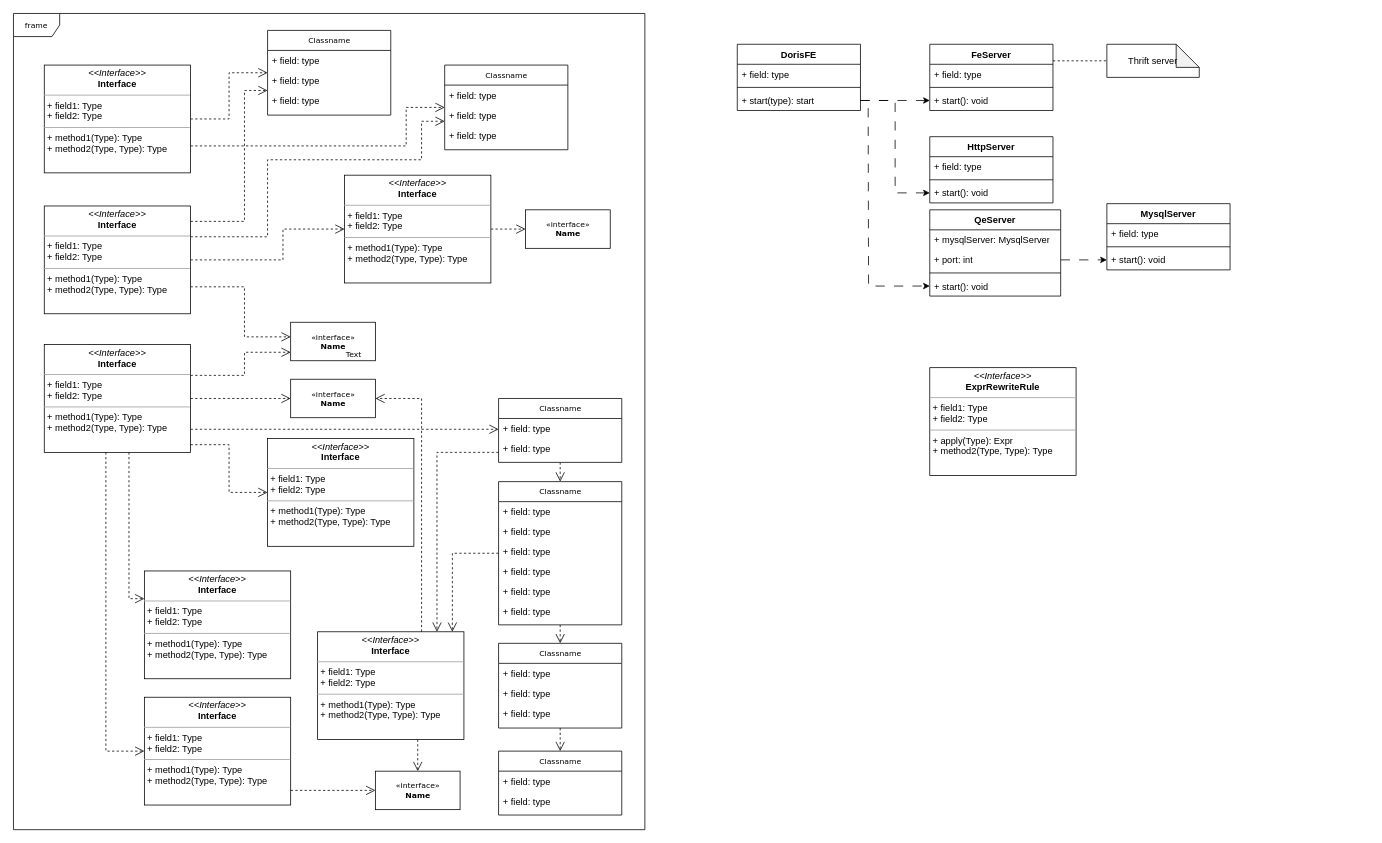
The draw.io diagram doris类图.drawio in Baymine/Huawei_algorithmnTest, before the edit. Source tidied: cells renumbered, new cells numbered last; positions are measured from the earlier drawing's top-left corner, leaving out a move shared by most shapes. Both pictures are drawn from the tidied source at 77%, with x=0, y=0 at pixel (13, 13).
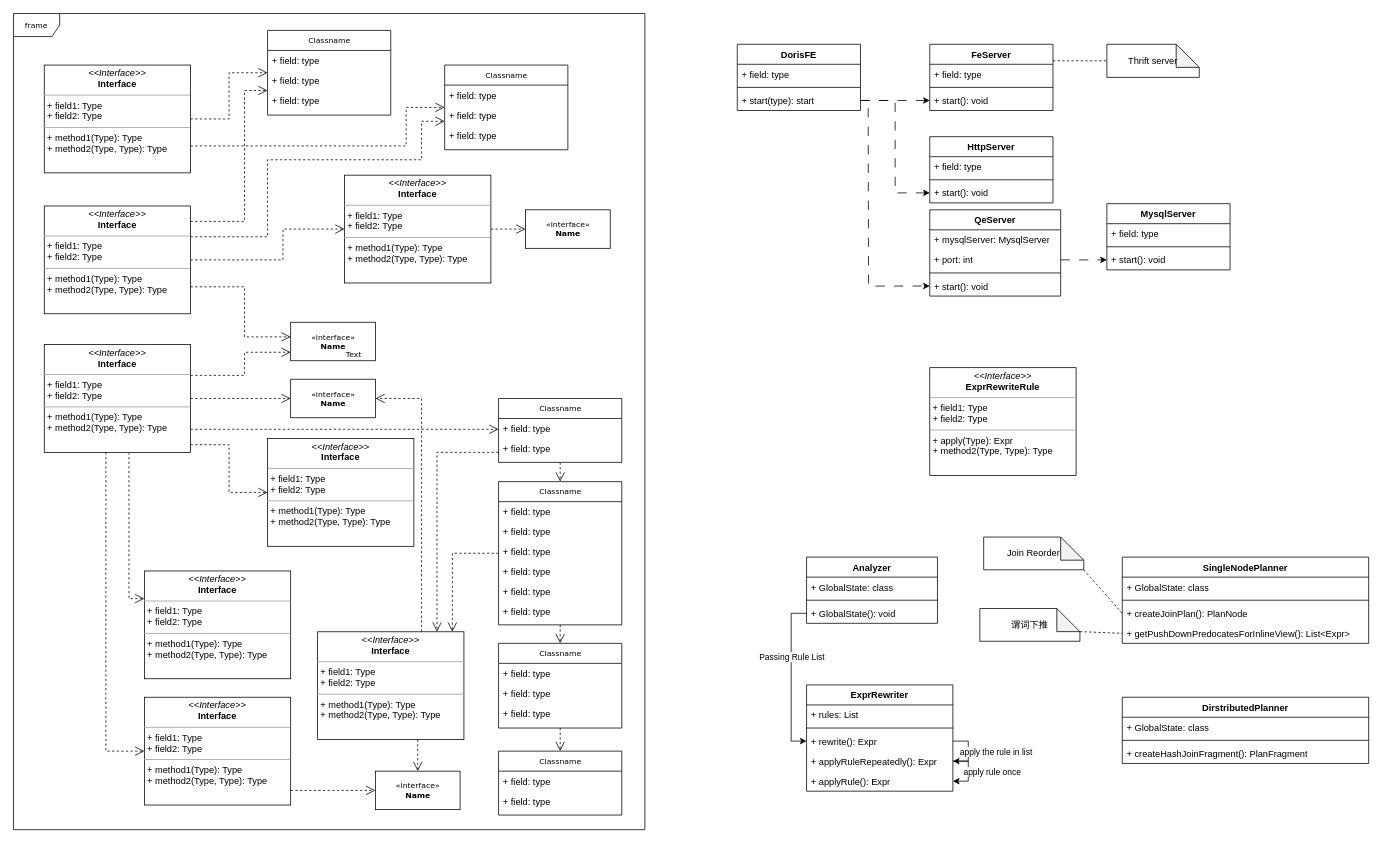
Above is the later version.

Diff of the diagram source:
```diff
@@
+    <mxCell id="90" value="Analyzer" style="swimlane;fontStyle=1;align=center;verticalAlign=top;horizontal=1;startSize=26;whiteSpace=wrap;html=1;" parent="1" vertex="1">
+      <mxGeometry x="1030" y="706" width="170" height="86" as="geometry" />
+    </mxCell>
+    <mxCell id="91" value="+ GlobalState: class" style="text;strokeColor=none;fillColor=none;align=left;verticalAlign=top;spacingLeft=4;spacingRight=4;overflow=hidden;whiteSpace=wrap;html=1;" parent="90" vertex="1">
+      <mxGeometry y="26" width="170" height="26" as="geometry" />
+    </mxCell>
+    <mxCell id="92" style="line;strokeWidth=1;fillColor=none;align=left;verticalAlign=middle;spacingTop=-1;spacingLeft=3;spacingRight=3;labelPosition=right;strokeColor=inherit;" parent="90" vertex="1">
+      <mxGeometry y="52" width="170" height="8" as="geometry" />
+    </mxCell>
+    <mxCell id="93" value="+ GlobalState(): void" style="text;strokeColor=none;fillColor=none;align=left;verticalAlign=top;spacingLeft=4;spacingRight=4;overflow=hidden;points=[[0,0.5],[1,0.5]];portConstraint=eastwest;whiteSpace=wrap;html=1;" parent="90" vertex="1">
+      <mxGeometry y="60" width="170" height="26" as="geometry" />
+    </mxCell>
+    <mxCell id="94" value="ExprRewriter" style="swimlane;fontStyle=1;align=center;verticalAlign=top;horizontal=1;startSize=26;whiteSpace=wrap;html=1;" parent="1" vertex="1">
+      <mxGeometry x="1030" y="872" width="190" height="138" as="geometry" />
+    </mxCell>
+    <mxCell id="95" value="+ rules: List" style="text;strokeColor=none;fillColor=none;align=left;verticalAlign=top;spacingLeft=4;spacingRight=4;overflow=hidden;whiteSpace=wrap;html=1;" parent="94" vertex="1">
+      <mxGeometry y="26" width="190" height="26" as="geometry" />
+    </mxCell>
+    <mxCell id="96" style="line;strokeWidth=1;fillColor=none;align=left;verticalAlign=middle;spacingTop=-1;spacingLeft=3;spacingRight=3;labelPosition=right;strokeColor=inherit;" parent="94" vertex="1">
+      <mxGeometry y="52" width="190" height="8" as="geometry" />
+    </mxCell>
+    <mxCell id="97" style="edgeStyle=orthogonalEdgeStyle;rounded=0;jettySize=auto;html=1;exitX=1;exitY=0.5;exitDx=0;exitDy=0;" parent="94" edge="1" source="99" target="102">
+      <mxGeometry relative="1" as="geometry" />
+    </mxCell>
+    <mxCell id="98" value="apply the rule in list" style="edgeLabel;html=1;align=center;verticalAlign=middle;" parent="97" vertex="1">
+      <mxGeometry x="-0.06" y="1" relative="1" as="geometry">
+        <mxPoint x="34" y="2" as="offset" />
+      </mxGeometry>
+    </mxCell>
+    <mxCell id="99" value="+ rewrite(): Expr" style="text;strokeColor=none;fillColor=none;align=left;verticalAlign=top;spacingLeft=4;spacingRight=4;overflow=hidden;points=[[0,0.5],[1,0.5]];portConstraint=eastwest;whiteSpace=wrap;html=1;" parent="94" vertex="1">
+      <mxGeometry y="60" width="190" height="26" as="geometry" />
+    </mxCell>
+    <mxCell id="100" style="edgeStyle=orthogonalEdgeStyle;rounded=0;jettySize=auto;html=1;exitX=1;exitY=0.5;exitDx=0;exitDy=0;entryX=1;entryY=0.5;entryDx=0;entryDy=0;" parent="94" edge="1" source="102" target="103">
+      <mxGeometry relative="1" as="geometry">
+        <Array as="points">
+          <mxPoint x="210" y="99" />
+          <mxPoint x="210" y="125" />
+        </Array>
+      </mxGeometry>
+    </mxCell>
+    <mxCell id="101" value="apply rule once" style="edgeLabel;html=1;align=center;verticalAlign=middle;" parent="100" vertex="1">
+      <mxGeometry x="0.05" y="1" relative="1" as="geometry">
+        <mxPoint x="29" y="-2" as="offset" />
+      </mxGeometry>
+    </mxCell>
+    <mxCell id="102" value="+ applyRuleRepeatedly(): Expr" style="text;strokeColor=none;fillColor=none;align=left;verticalAlign=top;spacingLeft=4;spacingRight=4;overflow=hidden;points=[[0,0.5],[1,0.5]];portConstraint=eastwest;whiteSpace=wrap;html=1;" parent="94" vertex="1">
+      <mxGeometry y="86" width="190" height="26" as="geometry" />
+    </mxCell>
+    <mxCell id="103" value="+ applyRule(): Expr" style="text;strokeColor=none;fillColor=none;align=left;verticalAlign=top;spacingLeft=4;spacingRight=4;overflow=hidden;points=[[0,0.5],[1,0.5]];portConstraint=eastwest;whiteSpace=wrap;html=1;" parent="94" vertex="1">
+      <mxGeometry y="112" width="190" height="26" as="geometry" />
+    </mxCell>
+    <mxCell id="104" style="edgeStyle=orthogonalEdgeStyle;rounded=0;jettySize=auto;html=1;exitX=0;exitY=0.5;exitDx=0;exitDy=0;entryX=0;entryY=0.5;entryDx=0;entryDy=0;" parent="1" edge="1" source="93" target="99">
+      <mxGeometry relative="1" as="geometry" />
+    </mxCell>
+    <mxCell id="105" value="Passing Rule List" style="edgeLabel;html=1;align=center;verticalAlign=middle;" parent="104" vertex="1">
+      <mxGeometry x="-0.26" relative="1" as="geometry" />
+    </mxCell>
+    <mxCell id="106" value="SingleNodePlanner" style="swimlane;fontStyle=1;align=center;verticalAlign=top;horizontal=1;startSize=26;whiteSpace=wrap;html=1;" parent="1" vertex="1">
+      <mxGeometry x="1440" y="706" width="320" height="112" as="geometry" />
+    </mxCell>
+    <mxCell id="107" value="+ GlobalState: class" style="text;strokeColor=none;fillColor=none;align=left;verticalAlign=top;spacingLeft=4;spacingRight=4;overflow=hidden;whiteSpace=wrap;html=1;" parent="106" vertex="1">
+      <mxGeometry y="26" width="320" height="26" as="geometry" />
+    </mxCell>
+    <mxCell id="108" style="line;strokeWidth=1;fillColor=none;align=left;verticalAlign=middle;spacingTop=-1;spacingLeft=3;spacingRight=3;labelPosition=right;strokeColor=inherit;" parent="106" vertex="1">
+      <mxGeometry y="52" width="320" height="8" as="geometry" />
+    </mxCell>
+    <mxCell id="109" value="+ createJoinPlan(): PlanNode" style="text;strokeColor=none;fillColor=none;align=left;verticalAlign=top;spacingLeft=4;spacingRight=4;overflow=hidden;points=[[0,0.5],[1,0.5]];portConstraint=eastwest;whiteSpace=wrap;html=1;" parent="106" vertex="1">
+      <mxGeometry y="60" width="320" height="26" as="geometry" />
+    </mxCell>
+    <mxCell id="110" value="+ getPushDownPredocatesForInlineView(): List&amp;lt;Expr&amp;gt;" style="text;strokeColor=none;fillColor=none;align=left;verticalAlign=top;spacingLeft=4;spacingRight=4;overflow=hidden;points=[[0,0.5],[1,0.5]];portConstraint=eastwest;whiteSpace=wrap;html=1;" parent="106" vertex="1">
+      <mxGeometry y="86" width="320" height="26" as="geometry" />
+    </mxCell>
+    <mxCell id="111" value="Join Reorder" style="shape=note;whiteSpace=wrap;html=1;backgroundOutline=1;darkOpacity=0.05;" parent="1" vertex="1">
+      <mxGeometry x="1260" y="680" width="130" height="42.5" as="geometry" />
+    </mxCell>
+    <mxCell id="112" style="rounded=0;jettySize=auto;html=1;exitX=1;exitY=1;exitDx=0;exitDy=0;entryX=0;entryY=0.5;entryDx=0;entryDy=0;dashed=1;strokeColor=default;endArrow=none;endFill=0;exitPerimeter=0;" parent="1" edge="1" source="111" target="109">
+      <mxGeometry relative="1" as="geometry" />
+    </mxCell>
+    <mxCell id="113" value="谓词下推" style="shape=note;whiteSpace=wrap;html=1;backgroundOutline=1;darkOpacity=0.05;" parent="1" vertex="1">
+      <mxGeometry x="1255" y="772.8" width="130" height="42.5" as="geometry" />
+    </mxCell>
+    <mxCell id="114" style="rounded=0;jettySize=auto;html=1;exitX=0;exitY=0;exitDx=130;exitDy=30;entryX=0;entryY=0.5;entryDx=0;entryDy=0;dashed=1;strokeColor=default;endArrow=none;endFill=0;exitPerimeter=0;" parent="1" edge="1" source="113" target="110">
+      <mxGeometry relative="1" as="geometry" />
+    </mxCell>
+    <mxCell id="115" value="DirstributedPlanner" style="swimlane;fontStyle=1;align=center;verticalAlign=top;horizontal=1;startSize=26;whiteSpace=wrap;html=1;" parent="1" vertex="1">
+      <mxGeometry x="1440" y="888" width="320" height="86" as="geometry" />
+    </mxCell>
+    <mxCell id="116" value="+ GlobalState: class" style="text;strokeColor=none;fillColor=none;align=left;verticalAlign=top;spacingLeft=4;spacingRight=4;overflow=hidden;whiteSpace=wrap;html=1;" parent="115" vertex="1">
+      <mxGeometry y="26" width="320" height="26" as="geometry" />
+    </mxCell>
+    <mxCell id="117" style="line;strokeWidth=1;fillColor=none;align=left;verticalAlign=middle;spacingTop=-1;spacingLeft=3;spacingRight=3;labelPosition=right;strokeColor=inherit;" parent="115" vertex="1">
+      <mxGeometry y="52" width="320" height="8" as="geometry" />
+    </mxCell>
+    <mxCell id="118" value="+ createHashJoinFragment(): PlanFragment" style="text;strokeColor=none;fillColor=none;align=left;verticalAlign=top;spacingLeft=4;spacingRight=4;overflow=hidden;whiteSpace=wrap;html=1;" parent="115" vertex="1">
+      <mxGeometry y="60" width="320" height="26" as="geometry" />
+    </mxCell>
```
